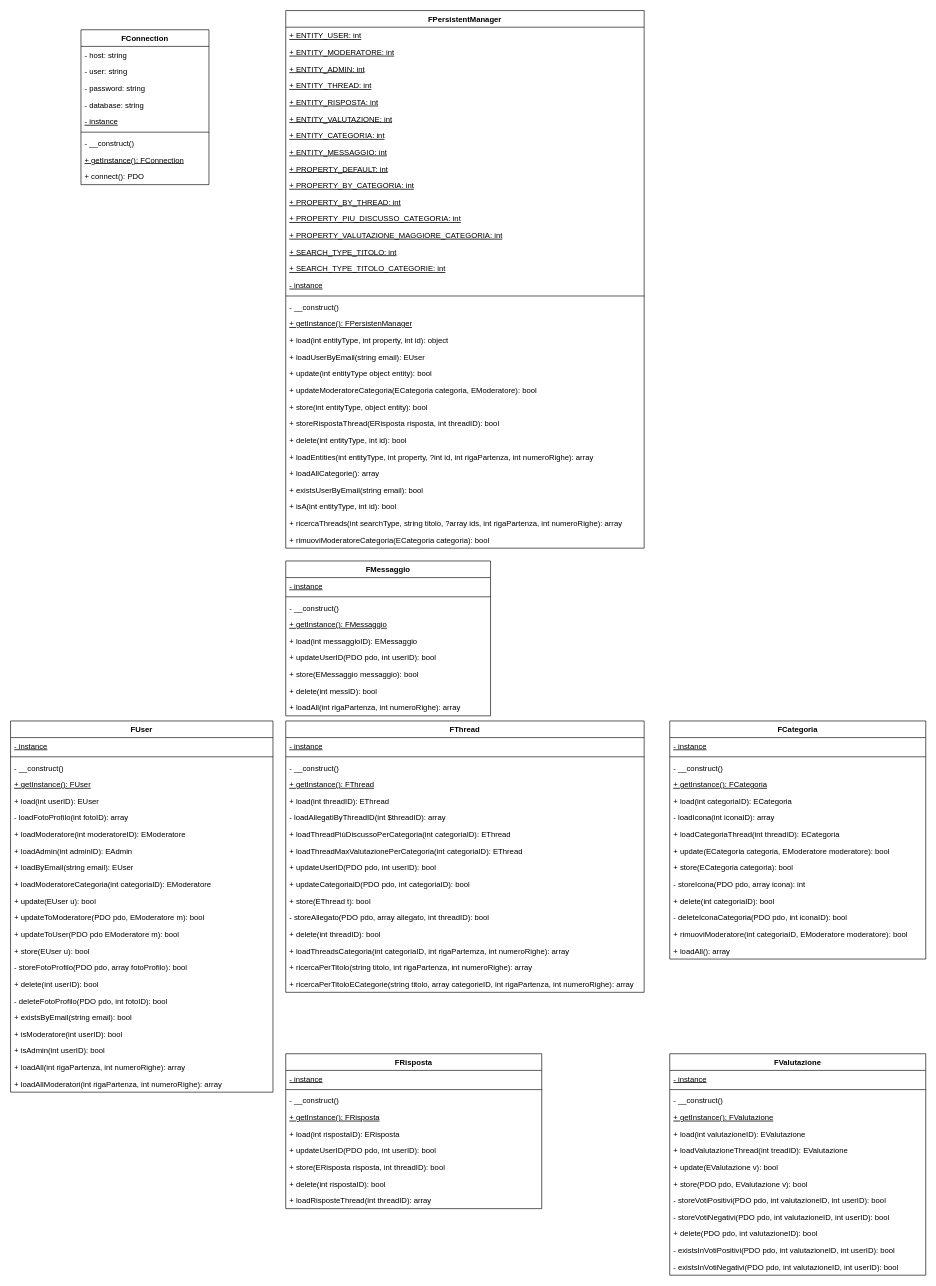
The draw.io diagram Diagrammi/UML Fondation 2.drawio in EdoPan/UniChat, before the edit. Source tidied: cells renumbered, new cells numbered last; positions are measured from the earlier drawing's top-left corner, leaving out a move shared by most shapes. Both pictures are drawn from the tidied source at 64%, with x=0, y=0 at pixel (10, 10).
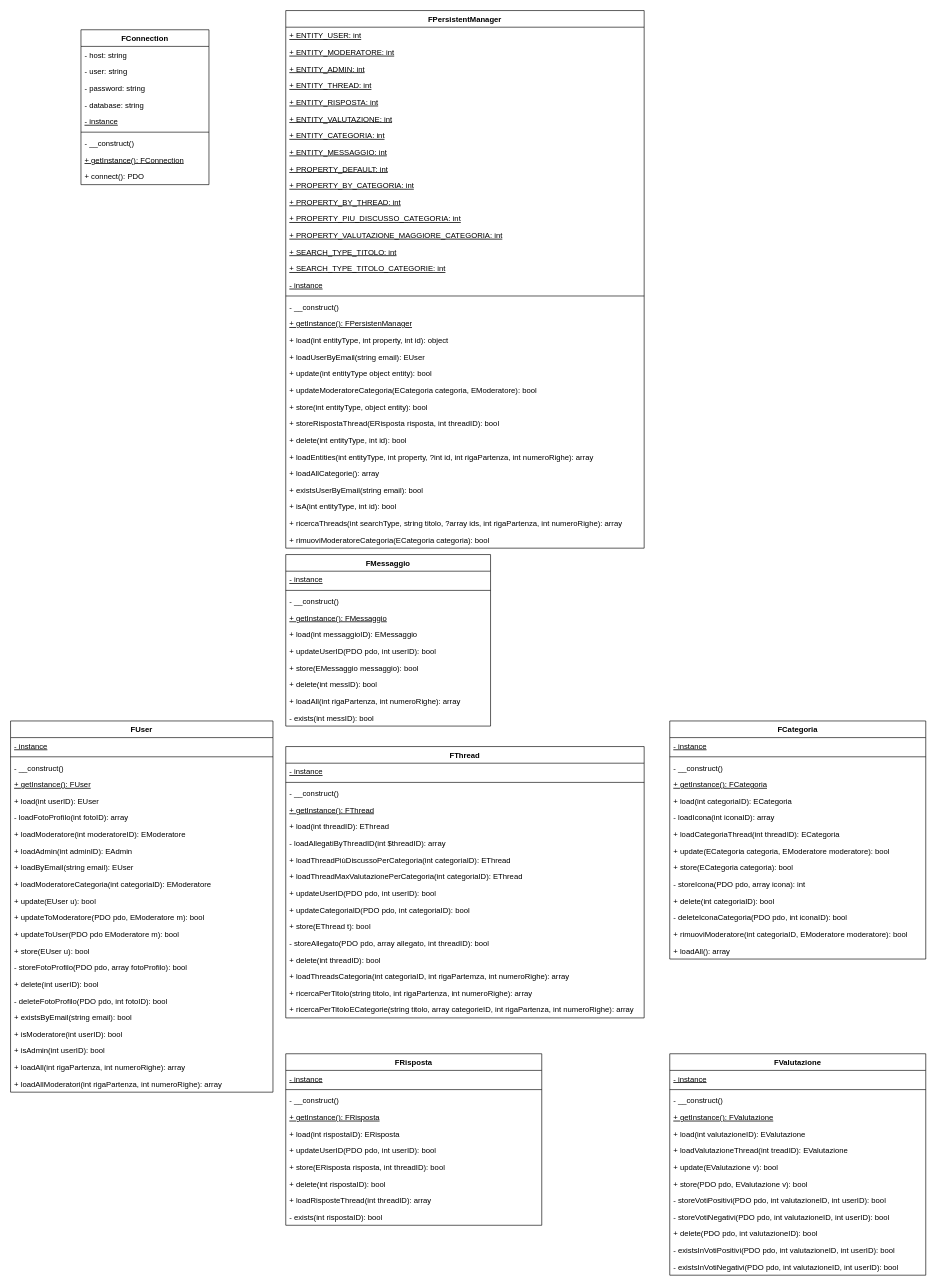
The same page after the edit.

Commit message (it also covers changes not shown here):
Correzioni e aggiornamento diagrammi.

Diff of the diagram source:
```diff
@@
     <mxCell id="68" value="FMessaggio" style="swimlane;fontStyle=1;align=center;verticalAlign=top;horizontal=1;startSize=26;" parent="1" vertex="1">
-      <mxGeometry x="430" y="860" width="320" height="242" as="geometry" />
+      <mxGeometry x="430" y="850" width="320" height="268" as="geometry" />
     </mxCell>
@@
+    <mxCell id="134" value="- exists(int messID): bool" style="text;strokeColor=none;fillColor=none;align=left;verticalAlign=top;spacingLeft=4;spacingRight=4;overflow=hidden;" parent="68" vertex="1">
+      <mxGeometry y="242" width="320" height="26" as="geometry" />
+    </mxCell>
     <mxCell id="78" value="FThread" style="swimlane;fontStyle=1;align=center;verticalAlign=top;horizontal=1;startSize=26;" parent="1" vertex="1">
-      <mxGeometry x="430" y="1110" width="560" height="424" as="geometry" />
+      <mxGeometry x="430" y="1150" width="560" height="424" as="geometry" />
     </mxCell>
@@
     <mxCell id="95" value="FRisposta" style="swimlane;fontStyle=1;align=center;verticalAlign=top;horizontal=1;startSize=26;" parent="1" vertex="1">
-      <mxGeometry x="430" y="1630" width="400" height="242" as="geometry" />
+      <mxGeometry x="430" y="1630" width="400" height="268" as="geometry" />
     </mxCell>
@@
+    <mxCell id="135" value="- exists(int rispostaID): bool" style="text;strokeColor=none;fillColor=none;align=left;verticalAlign=top;spacingLeft=4;spacingRight=4;overflow=hidden;" parent="95" vertex="1">
+      <mxGeometry y="242" width="400" height="26" as="geometry" />
+    </mxCell>
```
